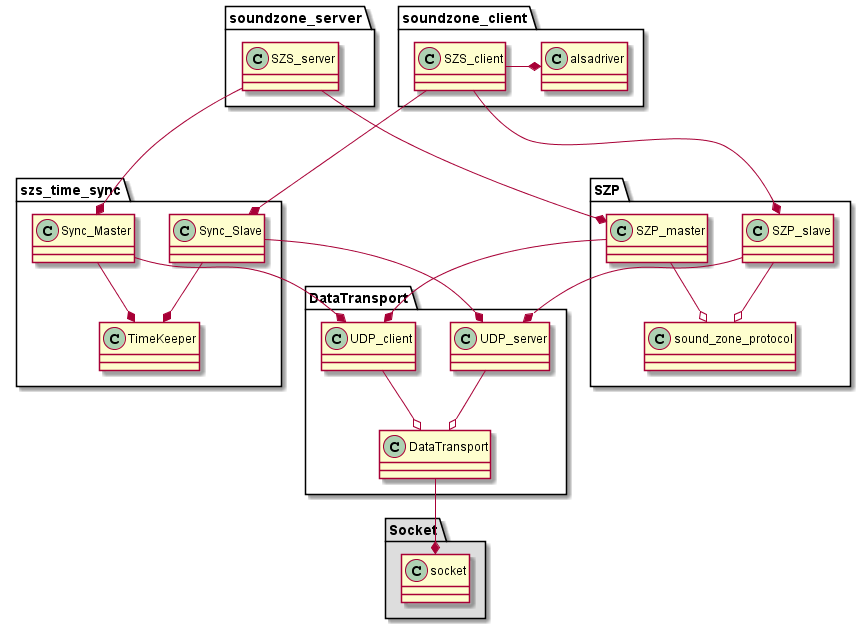
Above: diagrams/class_diagram.png in NielsDyrberg/Wireless_sound_zones (PlantUML), before the change.
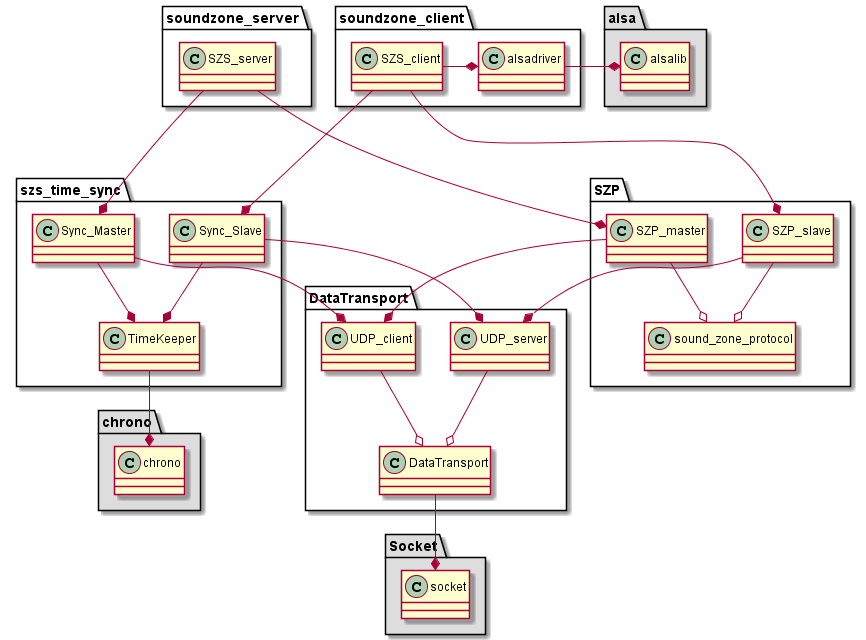
After the change.

Commit message:
class_dia update

Diff of the diagram source:
```diff
@@ -1,6 +1,10 @@
 @startuml class_diagram
 
 together {
+    package alsa #DDDDDD {
+        class alsalib {}
+    }
+
     package soundzone_client{
         class SZS_client{}
         class alsadriver{}
@@ -11,7 +15,13 @@
     }
 }
 
+alsadriver -right-* alsalib
+
 together {
+    package chrono #DDDDDD {
+        class chrono {}
+    }
+
     package SZP {
         SZP_master --o sound_zone_protocol
         SZP_slave --o sound_zone_protocol
@@ -46,6 +56,7 @@
 Sync_Master --* TimeKeeper
 Sync_Slave --* UDP_server
 Sync_Master --* UDP_client
+TimeKeeper -down-* chrono
 
 
 class UDP_server {}
```
